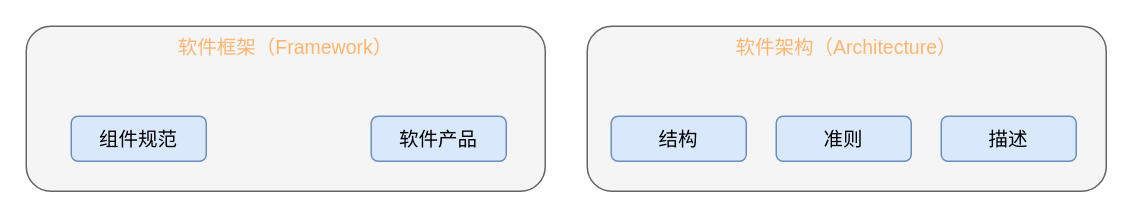
Before: page "Page-3" (3 of 5) of 2021-10-23-李运华架构实战营学习笔记/第01节课：什么是架构，你理解对了么？/lesson-1.drawio in acomma/notes, a draw.io diagram. Source tidied: cells renumbered, new cells numbered last; positions are measured from the earlier drawing's top-left corner, leaving out a move shared by most shapes. Both pictures are drawn from the tidied source at 150%, with x=0, y=0 at pixel (26, 26).
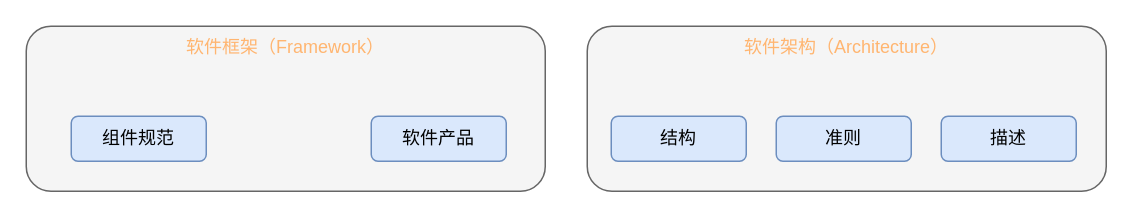
Above is the later version.

Change to the diagram source:
```diff
@@
 <mxGraphModel>
   <root>
     <mxCell id="0" />
     <mxCell id="1" parent="0" />
-    <mxCell id="2" value="软件框架（Framework）" style="rounded=1;whiteSpace=wrap;html=1;verticalAlign=top;fontFamily=微软雅黑;fillColor=#f5f5f5;strokeColor=#666666;fontSize=13;fontColor=#FFB570;" parent="1" vertex="1">
+    <mxCell id="2" value="软件框架（Framework）" style="rounded=1;whiteSpace=wrap;html=1;verticalAlign=top;fontFamily=微软雅黑;fillColor=#f5f5f5;strokeColor=#666666;fontSize=12;fontColor=#FFB570;" parent="1" vertex="1">
       <mxGeometry width="346" height="110" as="geometry" />
     </mxCell>
-    <mxCell id="3" value="软件架构（Architecture）" style="rounded=1;whiteSpace=wrap;html=1;verticalAlign=top;fontFamily=微软雅黑;fillColor=#f5f5f5;strokeColor=#666666;fontSize=13;fontColor=#FFB570;" parent="1" vertex="1">
+    <mxCell id="3" value="软件架构（Architecture）" style="rounded=1;whiteSpace=wrap;html=1;verticalAlign=top;fontFamily=微软雅黑;fillColor=#f5f5f5;strokeColor=#666666;fontSize=12;fontColor=#FFB570;" parent="1" vertex="1">
       <mxGeometry x="374" width="346" height="110" as="geometry" />
     </mxCell>
-    <mxCell id="4" value="&lt;span style=&quot;font-size: 13px;&quot;&gt;组件规范&lt;/span&gt;" style="rounded=1;whiteSpace=wrap;html=1;fontFamily=微软雅黑;strokeColor=#6c8ebf;fillColor=#dae8fc;fontSize=13;" parent="1" vertex="1">
+    <mxCell id="4" value="&lt;span style=&quot;font-size: 12px;&quot;&gt;组件规范&lt;/span&gt;" style="rounded=1;whiteSpace=wrap;html=1;fontFamily=微软雅黑;strokeColor=#6c8ebf;fillColor=#dae8fc;fontSize=12;" parent="1" vertex="1">
       <mxGeometry x="30" y="60" width="90" height="30" as="geometry" />
     </mxCell>
-    <mxCell id="5" value="&lt;span style=&quot;font-size: 13px;&quot;&gt;软件产品&lt;/span&gt;" style="rounded=1;whiteSpace=wrap;html=1;fontFamily=微软雅黑;fillColor=#dae8fc;strokeColor=#6c8ebf;fontSize=13;" parent="1" vertex="1">
+    <mxCell id="5" value="&lt;span style=&quot;font-size: 12px;&quot;&gt;软件产品&lt;/span&gt;" style="rounded=1;whiteSpace=wrap;html=1;fontFamily=微软雅黑;fillColor=#dae8fc;strokeColor=#6c8ebf;fontSize=12;" parent="1" vertex="1">
       <mxGeometry x="230" y="60" width="90" height="30" as="geometry" />
     </mxCell>
-    <mxCell id="6" value="&lt;span style=&quot;font-size: 13px;&quot;&gt;结构&lt;/span&gt;" style="rounded=1;whiteSpace=wrap;html=1;flipH=1;fontFamily=微软雅黑;fillColor=#dae8fc;strokeColor=#6c8ebf;fontSize=13;" parent="1" vertex="1">
+    <mxCell id="6" value="&lt;span style=&quot;font-size: 12px;&quot;&gt;结构&lt;/span&gt;" style="rounded=1;whiteSpace=wrap;html=1;flipH=1;fontFamily=微软雅黑;fillColor=#dae8fc;strokeColor=#6c8ebf;fontSize=12;" parent="1" vertex="1">
       <mxGeometry x="390" y="60" width="90" height="30" as="geometry" />
     </mxCell>
-    <mxCell id="7" value="&lt;span style=&quot;font-size: 13px;&quot;&gt;准则&lt;/span&gt;" style="rounded=1;whiteSpace=wrap;html=1;flipH=1;fontFamily=微软雅黑;fillColor=#dae8fc;strokeColor=#6c8ebf;fontSize=13;" parent="1" vertex="1">
+    <mxCell id="7" value="&lt;span style=&quot;font-size: 12px;&quot;&gt;准则&lt;/span&gt;" style="rounded=1;whiteSpace=wrap;html=1;flipH=1;fontFamily=微软雅黑;fillColor=#dae8fc;strokeColor=#6c8ebf;fontSize=12;" parent="1" vertex="1">
       <mxGeometry x="500" y="60" width="90" height="30" as="geometry" />
     </mxCell>
-    <mxCell id="8" value="&lt;span style=&quot;font-size: 13px;&quot;&gt;描述&lt;/span&gt;" style="rounded=1;whiteSpace=wrap;html=1;flipH=1;fontFamily=微软雅黑;fillColor=#dae8fc;strokeColor=#6c8ebf;fontSize=13;" parent="1" vertex="1">
+    <mxCell id="8" value="&lt;span style=&quot;font-size: 12px;&quot;&gt;描述&lt;/span&gt;" style="rounded=1;whiteSpace=wrap;html=1;flipH=1;fontFamily=微软雅黑;fillColor=#dae8fc;strokeColor=#6c8ebf;fontSize=12;" parent="1" vertex="1">
       <mxGeometry x="610" y="60" width="90" height="30" as="geometry" />
     </mxCell>
   </root>
 </mxGraphModel>
```
